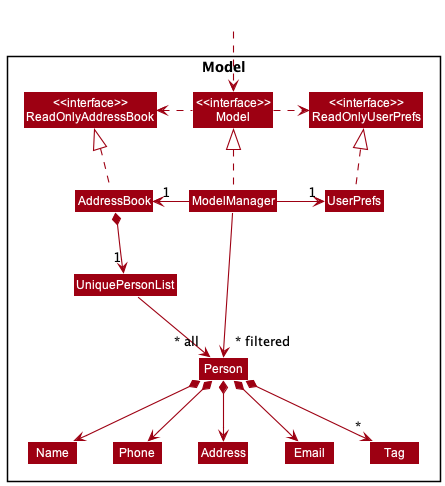
This is docs/images/ModelClassDiagram.png from samuelthen/tp, a PlantUML export, as it was before one commit.
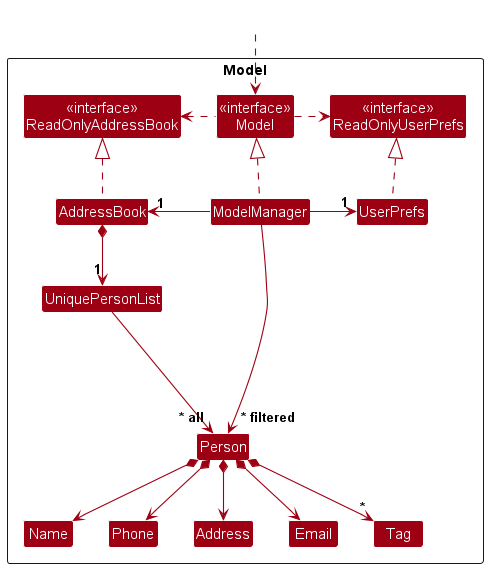
Above is the later version.

The edit, as a diff of the source:
```diff
@@ -4,7 +4,7 @@
 skinparam arrowColor MODEL_COLOR
 skinparam classBackgroundColor MODEL_COLOR
 
-Package Model <<Rectangle>>{
+Package Model as ModelPackage <<Rectangle>>{
 Class "<<interface>>\nReadOnlyAddressBook" as ReadOnlyAddressBook
 Class "<<interface>>\nReadOnlyUserPrefs" as ReadOnlyUserPrefs
 Class "<<interface>>\nModel" as Model
@@ -20,6 +20,7 @@
 Class Phone
 Class Tag
 
+Class I #FFFFFF
 }
 
 Class HiddenOutside #FFFFFF
@@ -42,9 +43,12 @@
 Person *--> Address
 Person *--> "*" Tag
 
+Person -[hidden]up--> I
+UniquePersonList -[hidden]right-> I
+
 Name -[hidden]right-> Phone
 Phone -[hidden]right-> Address
 Address -[hidden]right-> Email
 
-ModelManager -->"~* filtered" Person
+ModelManager --> "~* filtered" Person
 @enduml
```
